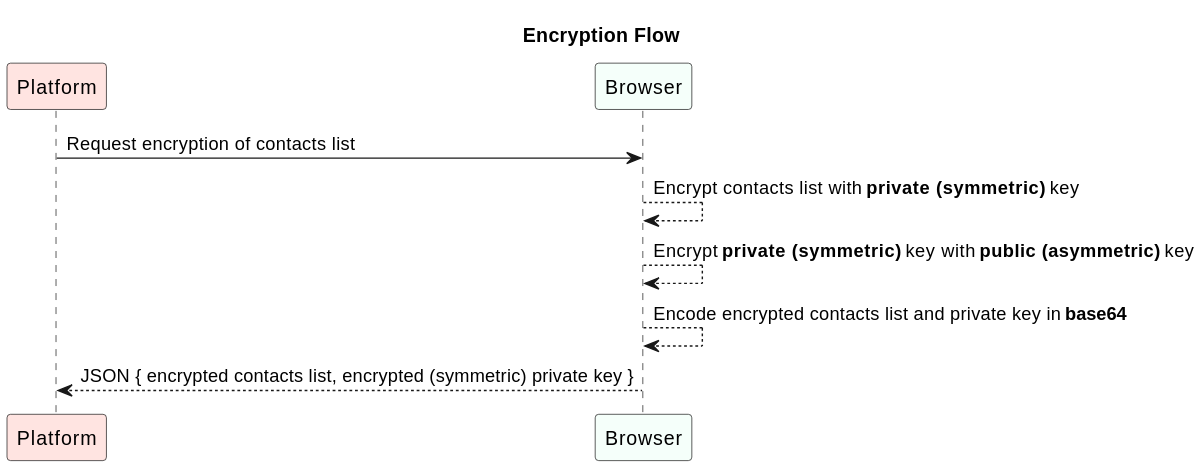
Above: src/domain/encryption-flow.svg in paginas-secretas/docs (PlantUML), before the change.
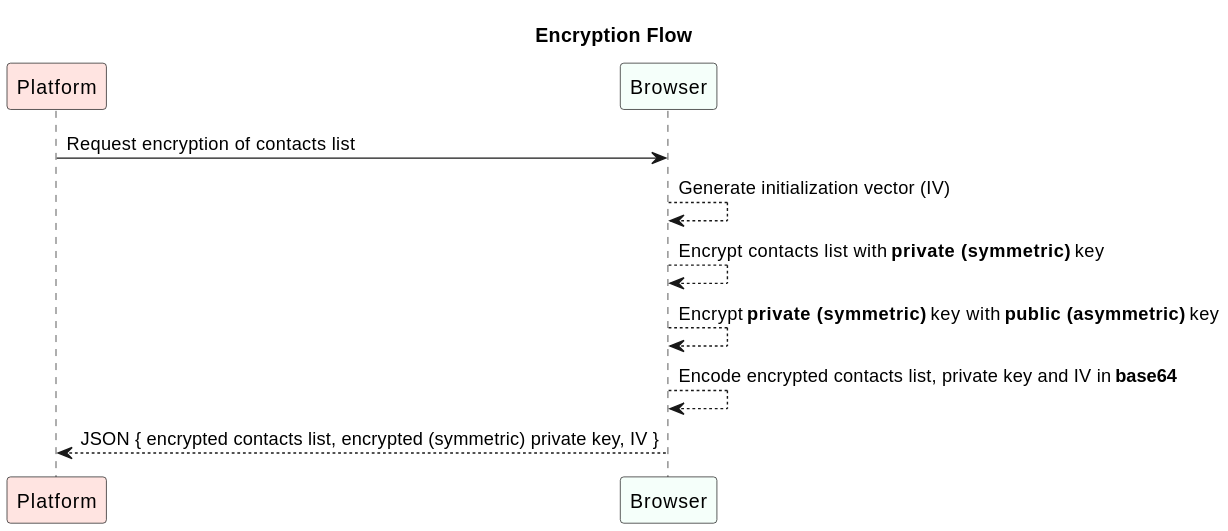
The same diagram one commit later.

What changed in the source:
```diff
@@ -1,5 +1,4 @@
-@startuml encryption-flow
-
+@startuml
 title "Encryption Flow"
 
 participant "Platform" as PL #MistyRose
@@ -7,10 +6,10 @@
 
 PL -> Browser: Request encryption of contacts list
 
+Browser --> Browser: Generate initialization vector (IV)
 Browser --> Browser: Encrypt contacts list with **private (symmetric)** key
 Browser --> Browser: Encrypt **private (symmetric)** key with **public (asymmetric)** key
-Browser --> Browser: Encode encrypted contacts list and private key in **base64**
+Browser --> Browser: Encode encrypted contacts list, private key and IV in **base64**
 
-Browser --> PL: JSON { encrypted contacts list, encrypted (symmetric) private key }
-
+Browser --> PL: JSON { encrypted contacts list, encrypted (symmetric) private key, IV }
 @enduml
```
